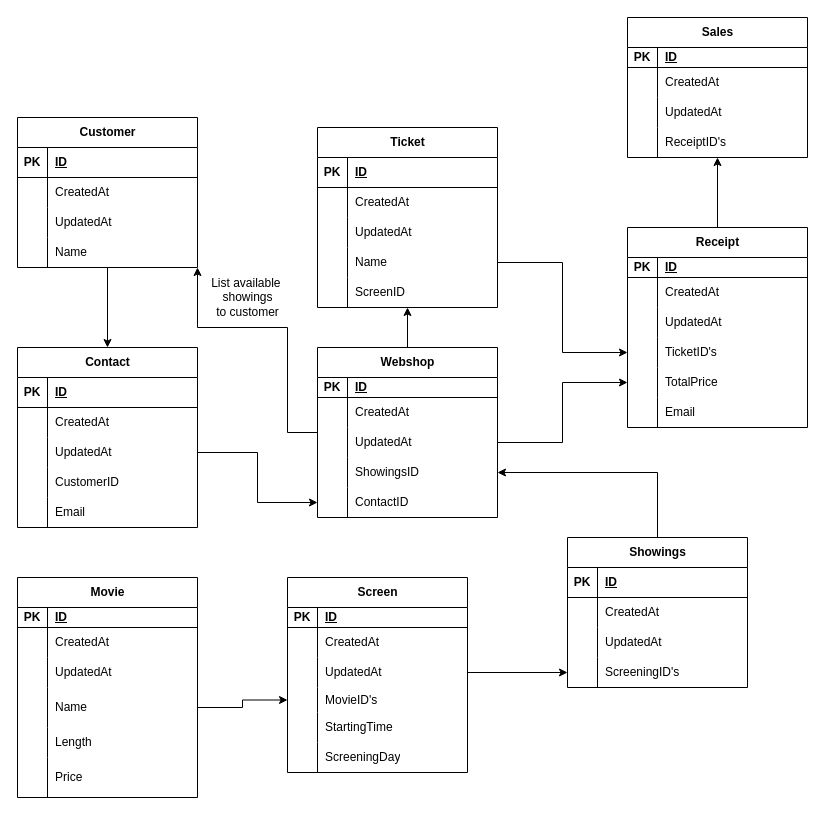
Before: CinemaDesign.drawio in FelixMathiasson/database-design, a draw.io diagram. Source tidied: cells renumbered, new cells numbered last; positions are measured from the earlier drawing's top-left corner, leaving out a move shared by most shapes. Both pictures are drawn from the tidied source at 100%, with x=0, y=0 at pixel (17, 17).
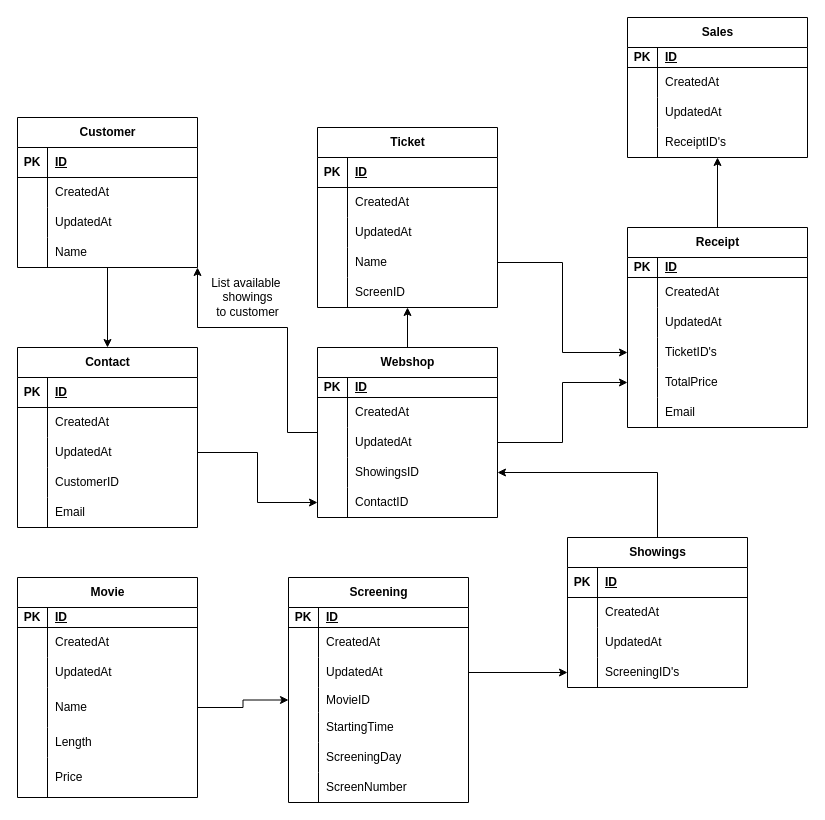
The same page after the edit.

The change refers to these unchanged cells:
```xml
<mxCell id="109" style="shape=tableRow;horizontal=0;startSize=0;swimlaneHead=0;swimlaneBody=0;fillColor=none;points=[[0,0.5],[1,0.5]];portConstraint=eastwest;top=0;left=0;right=0;bottom=0;" parent="99" vertex="1">
  <mxGeometry y="110" width="180" height="25" as="geometry" />
</mxCell>
```

What changed in the source:
```diff
@@
-    <mxCell id="99" value="Screen" style="shape=table;startSize=30;childLayout=tableLayout;rowLines=0;fontStyle=1;align=center;html=1;" parent="1" vertex="1">
-      <mxGeometry x="270" y="560" width="180" height="195" as="geometry" />
+    <mxCell id="99" value="Screening" style="shape=table;startSize=30;childLayout=tableLayout;rowLines=0;fontStyle=1;align=center;html=1;" parent="1" vertex="1">
+      <mxGeometry x="271" y="560" width="180" height="225" as="geometry" />
     </mxCell>
@@
-    <mxCell id="111" value="MovieID's" style="shape=partialRectangle;fillColor=none;top=0;left=0;bottom=0;right=0;align=left;spacingLeft=6;overflow=hidden;whiteSpace=wrap;html=1;" parent="109" vertex="1">
+    <mxCell id="111" value="MovieID" style="shape=partialRectangle;fillColor=none;top=0;left=0;bottom=0;right=0;align=left;spacingLeft=6;overflow=hidden;whiteSpace=wrap;html=1;" parent="109" vertex="1">
       <mxGeometry x="30" width="150" height="25" as="geometry" />
     </mxCell>
@@
+    <mxCell id="158" style="shape=tableRow;horizontal=0;startSize=0;swimlaneHead=0;swimlaneBody=0;fillColor=none;top=0;left=0;right=0;bottom=0;" parent="99" vertex="1">
+      <mxGeometry y="195" width="180" height="30" as="geometry" />
+    </mxCell>
+    <mxCell id="159" style="shape=partialRectangle;fillColor=none;top=0;left=0;bottom=0;right=0;overflow=hidden;whiteSpace=wrap;html=1;" parent="158" vertex="1">
+      <mxGeometry width="30" height="30" as="geometry" />
+    </mxCell>
+    <mxCell id="160" value="ScreenNumber" style="shape=partialRectangle;fillColor=none;top=0;left=0;bottom=0;right=0;align=left;spacingLeft=6;overflow=hidden;whiteSpace=wrap;html=1;" parent="158" vertex="1">
+      <mxGeometry x="30" width="150" height="30" as="geometry" />
+    </mxCell>
```
